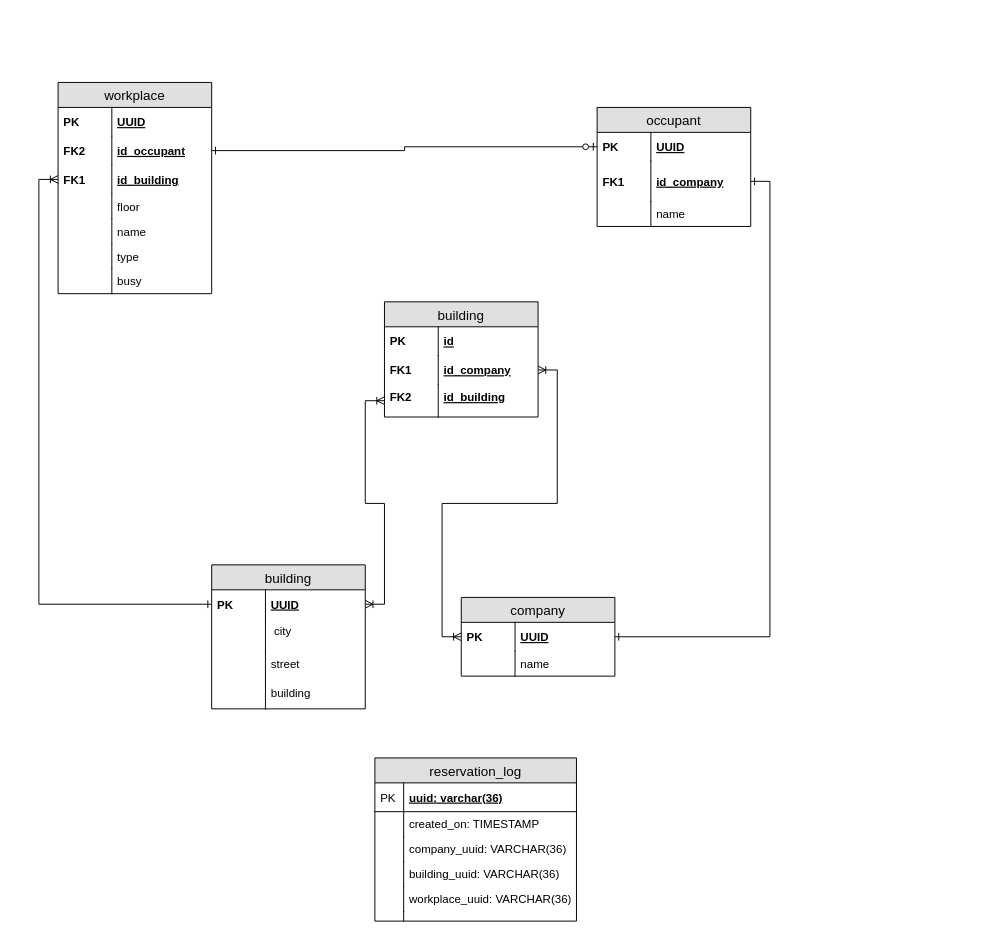
Hunkizzz/project-zebra-diagrams keeps this draw.io diagram as workplace-reservation-service-erd.drawio. Above is the earlier version. Source tidied: cells renumbered, new cells numbered last; positions are measured from the earlier drawing's top-left corner, leaving out a move shared by most shapes. Both pictures are drawn from the tidied source at 96%, with x=0, y=0 at pixel (58, 82).
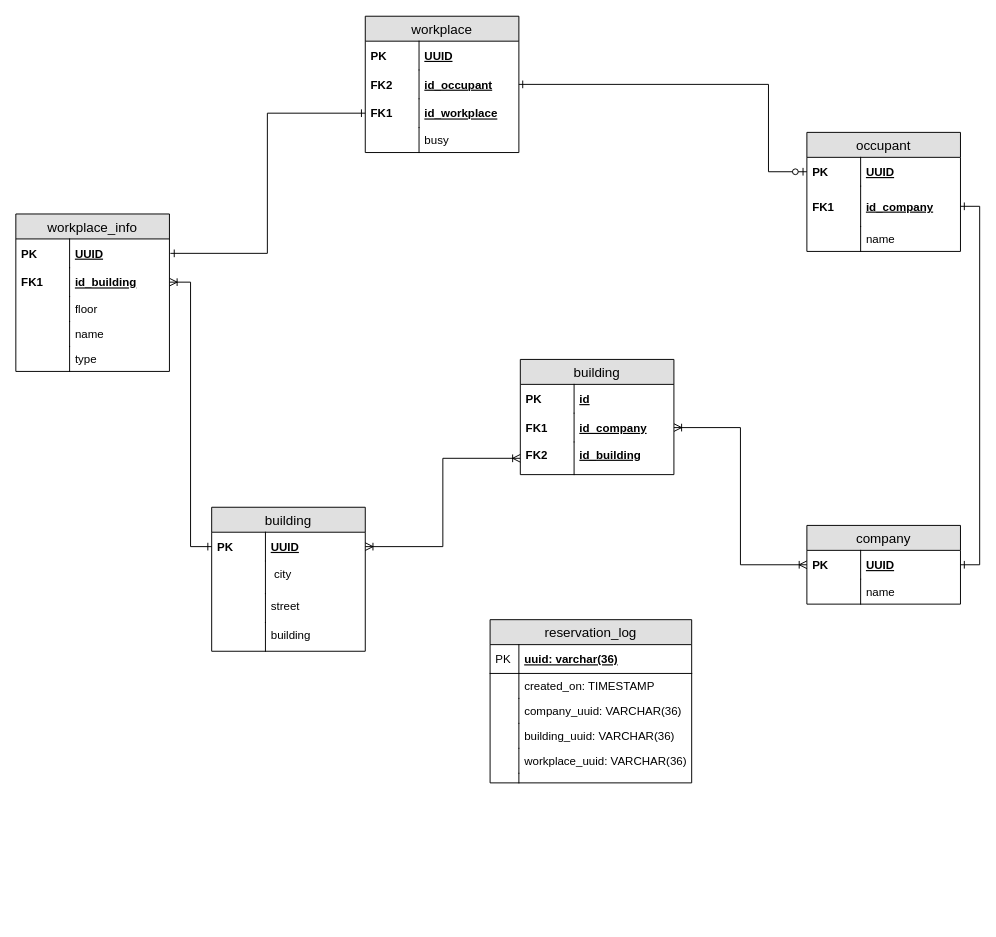
Above is the later version.

Unchanged cells that the change refers to:
```xml
<mxCell id="8" value="UUID" style="shape=partialRectangle;top=0;left=0;right=0;bottom=0;align=left;verticalAlign=middle;fillColor=none;spacingLeft=60;spacingRight=4;overflow=hidden;points=[[0,0.5],[1,0.5]];portConstraint=eastwest;fontStyle=5;fontSize=12;" parent="7" vertex="1">
  <mxGeometry y="26" width="160" height="30" as="geometry" />
</mxCell>
<mxCell id="17" value="id_occupant" style="shape=partialRectangle;top=0;left=0;right=0;bottom=0;align=left;verticalAlign=middle;fillColor=none;spacingLeft=60;spacingRight=4;overflow=hidden;points=[[0,0.5],[1,0.5]];portConstraint=eastwest;fontStyle=5;fontSize=12;" parent="14" vertex="1">
  <mxGeometry y="56" width="160" height="30" as="geometry" />
</mxCell>
<mxCell id="30" value="UUID" style="shape=partialRectangle;top=0;left=0;right=0;bottom=0;align=left;verticalAlign=middle;fillColor=none;spacingLeft=60;spacingRight=4;overflow=hidden;points=[[0,0.5],[1,0.5]];portConstraint=eastwest;fontStyle=5;fontSize=12;" parent="29" vertex="1">
  <mxGeometry y="26" width="160" height="30" as="geometry" />
</mxCell>
```

What changed in the source:
```diff
@@
     <mxCell id="2" value="company" style="swimlane;fontStyle=0;horizontal=1;startSize=26;fillColor=#e0e0e0;swimlaneFillColor=#ffffff;align=center;fontSize=14;" parent="1" vertex="1">
-      <mxGeometry x="420" y="536.8" width="160" height="82" as="geometry" />
+      <mxGeometry x="780" y="461.8" width="160" height="82" as="geometry" />
     </mxCell>
@@
     <mxCell id="7" value="occupant" style="swimlane;fontStyle=0;horizontal=1;startSize=26;fillColor=#e0e0e0;swimlaneFillColor=#ffffff;align=center;fontSize=14;" parent="1" vertex="1">
-      <mxGeometry x="561.5" y="26.4" width="160" height="124" as="geometry" />
+      <mxGeometry x="780" y="52.4" width="160" height="124" as="geometry" />
     </mxCell>
@@
     <mxCell id="14" value="workplace" style="swimlane;fontStyle=0;horizontal=1;startSize=26;fillColor=#e0e0e0;swimlaneFillColor=#ffffff;align=center;fontSize=14;" parent="1" vertex="1">
-      <mxGeometry y="0.4" width="160" height="220" as="geometry" />
+      <mxGeometry x="320" y="-68.6" width="160" height="142" as="geometry" />
     </mxCell>
@@
-    <mxCell id="19" value="id_building" style="shape=partialRectangle;top=0;left=0;right=0;bottom=0;align=left;verticalAlign=middle;fillColor=none;spacingLeft=60;spacingRight=4;overflow=hidden;points=[[0,0.5],[1,0.5]];portConstraint=eastwest;fontStyle=5;fontSize=12;" parent="14" vertex="1">
+    <mxCell id="19" value="id_workplace" style="shape=partialRectangle;top=0;left=0;right=0;bottom=0;align=left;verticalAlign=middle;fillColor=none;spacingLeft=60;spacingRight=4;overflow=hidden;points=[[0,0.5],[1,0.5]];portConstraint=eastwest;fontStyle=5;fontSize=12;" parent="14" vertex="1">
       <mxGeometry y="86" width="160" height="30" as="geometry" />
     </mxCell>
@@
-    <mxCell id="21" value="floor" style="shape=partialRectangle;top=0;left=0;right=0;bottom=0;align=left;verticalAlign=top;fillColor=none;spacingLeft=60;spacingRight=4;overflow=hidden;fontSize=12;" parent="14" vertex="1">
-      <mxGeometry y="116" width="160" height="26" as="geometry" />
-    </mxCell>
-    <mxCell id="22" style="shape=partialRectangle;top=0;left=0;bottom=0;fillColor=none;align=left;verticalAlign=top;spacingLeft=4;spacingRight=4;overflow=hidden;fontSize=12;" parent="21" vertex="1">
-      <mxGeometry width="56" height="26" as="geometry" />
-    </mxCell>
-    <mxCell id="23" value="name" style="shape=partialRectangle;top=0;left=0;right=0;bottom=0;align=left;verticalAlign=top;fillColor=none;spacingLeft=60;spacingRight=4;overflow=hidden;fontSize=12;" parent="14" vertex="1">
-      <mxGeometry y="142" width="160" height="26" as="geometry" />
-    </mxCell>
-    <mxCell id="24" style="shape=partialRectangle;top=0;left=0;bottom=0;fillColor=none;align=left;verticalAlign=top;spacingLeft=4;spacingRight=4;overflow=hidden;fontSize=12;" parent="23" vertex="1">
-      <mxGeometry width="56" height="26" as="geometry" />
-    </mxCell>
-    <mxCell id="25" value="type" style="shape=partialRectangle;top=0;left=0;right=0;bottom=0;align=left;verticalAlign=top;fillColor=none;spacingLeft=60;spacingRight=4;overflow=hidden;fontSize=12;" parent="14" vertex="1">
-      <mxGeometry y="168" width="160" height="26" as="geometry" />
-    </mxCell>
-    <mxCell id="26" style="shape=partialRectangle;top=0;left=0;bottom=0;fillColor=none;align=left;verticalAlign=top;spacingLeft=4;spacingRight=4;overflow=hidden;fontSize=12;" parent="25" vertex="1">
-      <mxGeometry width="56" height="26" as="geometry" />
-    </mxCell>
     <mxCell id="27" value="busy" style="shape=partialRectangle;top=0;left=0;right=0;bottom=0;align=left;verticalAlign=top;fillColor=none;spacingLeft=60;spacingRight=4;overflow=hidden;fontSize=12;" parent="14" vertex="1">
-      <mxGeometry y="194" width="160" height="26" as="geometry" />
+      <mxGeometry y="116" width="160" height="26" as="geometry" />
     </mxCell>
-    <mxCell id="28" style="shape=partialRectangle;top=0;left=0;bottom=0;fillColor=none;align=left;verticalAlign=top;spacingLeft=4;spacingRight=4;overflow=hidden;fontSize=12;" parent="27" vertex="1">
-      <mxGeometry width="56" height="26" as="geometry" />
-    </mxCell>
+    <mxCell id="63" style="shape=partialRectangle;top=0;left=0;bottom=0;fillColor=none;align=left;verticalAlign=top;spacingLeft=4;spacingRight=4;overflow=hidden;fontSize=12;" parent="27" vertex="1">
+      <mxGeometry width="56" height="26" as="geometry" />
+    </mxCell>
     <mxCell id="29" value="building" style="swimlane;fontStyle=0;horizontal=1;startSize=26;fillColor=#e0e0e0;swimlaneFillColor=#ffffff;align=center;fontSize=14;" parent="1" vertex="1">
-      <mxGeometry x="160" y="502.9" width="160" height="150" as="geometry" />
+      <mxGeometry x="160" y="442.9" width="160" height="150" as="geometry" />
     </mxCell>
@@
-    <mxCell id="38" style="edgeStyle=orthogonalEdgeStyle;rounded=0;jettySize=auto;html=1;exitX=0;exitY=0.5;exitDx=0;exitDy=0;entryX=0;entryY=0.5;entryDx=0;entryDy=0;startArrow=ERoneToMany;startFill=0;endArrow=ERone;endFill=0;" parent="1" edge="1" source="19" target="30">
+    <mxCell id="38" style="edgeStyle=orthogonalEdgeStyle;rounded=0;jettySize=auto;html=1;entryX=0;entryY=0.5;entryDx=0;entryDy=0;startArrow=ERoneToMany;startFill=0;endArrow=ERone;endFill=0;exitX=1;exitY=0.5;exitDx=0;exitDy=0;" parent="1" edge="1" source="67" target="30">
       <mxGeometry relative="1" as="geometry" />
     </mxCell>
@@
     <mxCell id="41" value="building" style="swimlane;fontStyle=0;horizontal=1;startSize=26;fillColor=#e0e0e0;swimlaneFillColor=#ffffff;align=center;fontSize=14;" parent="1" vertex="1">
-      <mxGeometry x="340" y="228.9" width="160" height="120" as="geometry" />
+      <mxGeometry x="481.5" y="288.9" width="160" height="120" as="geometry" />
     </mxCell>
@@
-    <mxCell id="49" style="edgeStyle=orthogonalEdgeStyle;rounded=0;jettySize=auto;html=1;exitX=1;exitY=0.5;exitDx=0;exitDy=0;entryX=0;entryY=0.5;entryDx=0;entryDy=0;startArrow=ERone;startFill=0;endArrow=ERzeroToOne;endFill=1;" parent="1" edge="1" source="17" target="8">
+    <mxCell id="49" style="edgeStyle=orthogonalEdgeStyle;rounded=0;jettySize=auto;html=1;entryX=0;entryY=0.5;entryDx=0;entryDy=0;startArrow=ERone;startFill=0;endArrow=ERzeroToOne;endFill=1;exitX=1;exitY=0.5;exitDx=0;exitDy=0;" parent="1" edge="1" source="17" target="8">
       <mxGeometry relative="1" as="geometry">
         <Array as="points">
-          <mxPoint x="361" y="71" />
-          <mxPoint x="361" y="68" />
+          <mxPoint x="740" y="2" />
+          <mxPoint x="740" y="93" />
         </Array>
       </mxGeometry>
     </mxCell>
     <mxCell id="50" value="reservation_log" style="swimlane;fontStyle=0;horizontal=1;startSize=26;fillColor=#e0e0e0;swimlaneFillColor=#ffffff;align=center;fontSize=14;" parent="1" vertex="1">
-      <mxGeometry x="330" y="704" width="210" height="170" as="geometry" />
+      <mxGeometry x="450" y="560" width="210" height="170" as="geometry" />
     </mxCell>
@@
+    <mxCell id="64" value="workplace_info" style="swimlane;fontStyle=0;horizontal=1;startSize=26;fillColor=#e0e0e0;swimlaneFillColor=#ffffff;align=center;fontSize=14;" parent="1" vertex="1">
+      <mxGeometry x="-44" y="137.4" width="160" height="164" as="geometry" />
+    </mxCell>
+    <mxCell id="65" value="UUID" style="shape=partialRectangle;top=0;left=0;right=0;bottom=0;align=left;verticalAlign=middle;fillColor=none;spacingLeft=60;spacingRight=4;overflow=hidden;points=[[0,0.5],[1,0.5]];portConstraint=eastwest;fontStyle=5;fontSize=12;perimeterSpacing=1;" parent="64" vertex="1">
+      <mxGeometry y="26" width="160" height="30" as="geometry" />
+    </mxCell>
+    <mxCell id="66" value="PK" style="shape=partialRectangle;fontStyle=1;top=0;left=0;bottom=0;fillColor=none;align=left;verticalAlign=middle;spacingLeft=4;spacingRight=4;overflow=hidden;fontSize=12;" parent="65" vertex="1">
+      <mxGeometry width="56" height="30" as="geometry" />
+    </mxCell>
+    <mxCell id="67" value="id_building" style="shape=partialRectangle;top=0;left=0;right=0;bottom=0;align=left;verticalAlign=middle;fillColor=none;spacingLeft=60;spacingRight=4;overflow=hidden;points=[[0,0.5],[1,0.5]];portConstraint=eastwest;fontStyle=5;fontSize=12;" parent="64" vertex="1">
+      <mxGeometry y="56" width="160" height="30" as="geometry" />
+    </mxCell>
+    <mxCell id="68" value="FK1" style="shape=partialRectangle;fontStyle=1;top=0;left=0;bottom=0;fillColor=none;align=left;verticalAlign=middle;spacingLeft=4;spacingRight=4;overflow=hidden;fontSize=12;" parent="67" vertex="1">
+      <mxGeometry width="56" height="30" as="geometry" />
+    </mxCell>
+    <mxCell id="21" value="floor" style="shape=partialRectangle;top=0;left=0;right=0;bottom=0;align=left;verticalAlign=top;fillColor=none;spacingLeft=60;spacingRight=4;overflow=hidden;fontSize=12;" parent="64" vertex="1">
+      <mxGeometry y="86" width="160" height="26" as="geometry" />
+    </mxCell>
+    <mxCell id="69" style="shape=partialRectangle;top=0;left=0;bottom=0;fillColor=none;align=left;verticalAlign=top;spacingLeft=4;spacingRight=4;overflow=hidden;fontSize=12;" parent="21" vertex="1">
+      <mxGeometry width="56" height="26" as="geometry" />
+    </mxCell>
+    <mxCell id="23" value="name" style="shape=partialRectangle;top=0;left=0;right=0;bottom=0;align=left;verticalAlign=top;fillColor=none;spacingLeft=60;spacingRight=4;overflow=hidden;fontSize=12;" parent="64" vertex="1">
+      <mxGeometry y="112" width="160" height="26" as="geometry" />
+    </mxCell>
+    <mxCell id="70" style="shape=partialRectangle;top=0;left=0;bottom=0;fillColor=none;align=left;verticalAlign=top;spacingLeft=4;spacingRight=4;overflow=hidden;fontSize=12;" parent="23" vertex="1">
+      <mxGeometry width="56" height="26" as="geometry" />
+    </mxCell>
+    <mxCell id="25" value="type" style="shape=partialRectangle;top=0;left=0;right=0;bottom=0;align=left;verticalAlign=top;fillColor=none;spacingLeft=60;spacingRight=4;overflow=hidden;fontSize=12;" parent="64" vertex="1">
+      <mxGeometry y="138" width="160" height="26" as="geometry" />
+    </mxCell>
+    <mxCell id="71" style="shape=partialRectangle;top=0;left=0;bottom=0;fillColor=none;align=left;verticalAlign=top;spacingLeft=4;spacingRight=4;overflow=hidden;fontSize=12;" parent="25" vertex="1">
+      <mxGeometry width="56" height="26" as="geometry" />
+    </mxCell>
+    <mxCell id="72" style="edgeStyle=orthogonalEdgeStyle;rounded=0;jettySize=auto;html=1;exitX=1;exitY=0.5;exitDx=0;exitDy=0;entryX=0;entryY=0.5;entryDx=0;entryDy=0;endArrow=ERone;endFill=0;startArrow=ERone;startFill=0;" parent="1" edge="1" source="65" target="19">
+      <mxGeometry relative="1" as="geometry" />
+    </mxCell>
```
